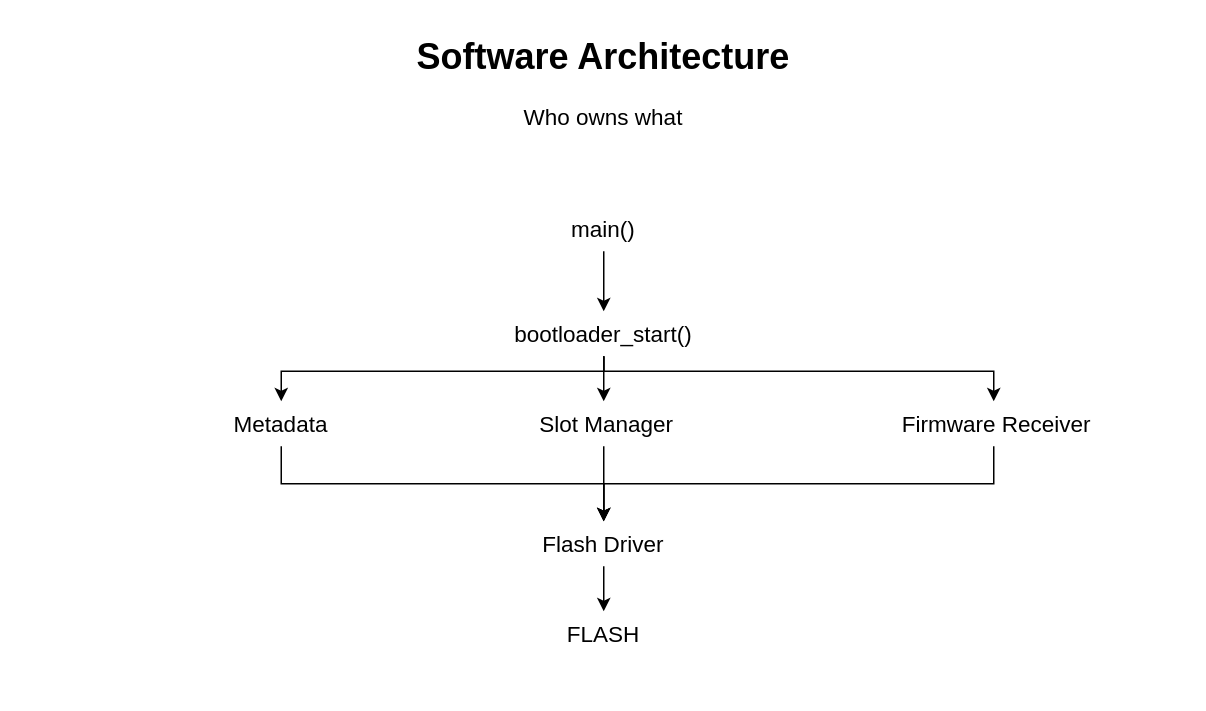
Earlier version of the draw.io diagram page "07 - Software Architecture" (8 of 9) of Bootloader/17_HexBoot_F0_Failsafe_Dualslot_IAP/docs/HEXBOOT_F0_Architecture.drawio (brajogopal/stm32-baremetal-drivers). Source tidied: cells renumbered, new cells numbered last; positions are measured from the earlier drawing's top-left corner, leaving out a move shared by most shapes. Both pictures are drawn from the tidied source at 150%, with x=0, y=0 at pixel (26, 26).
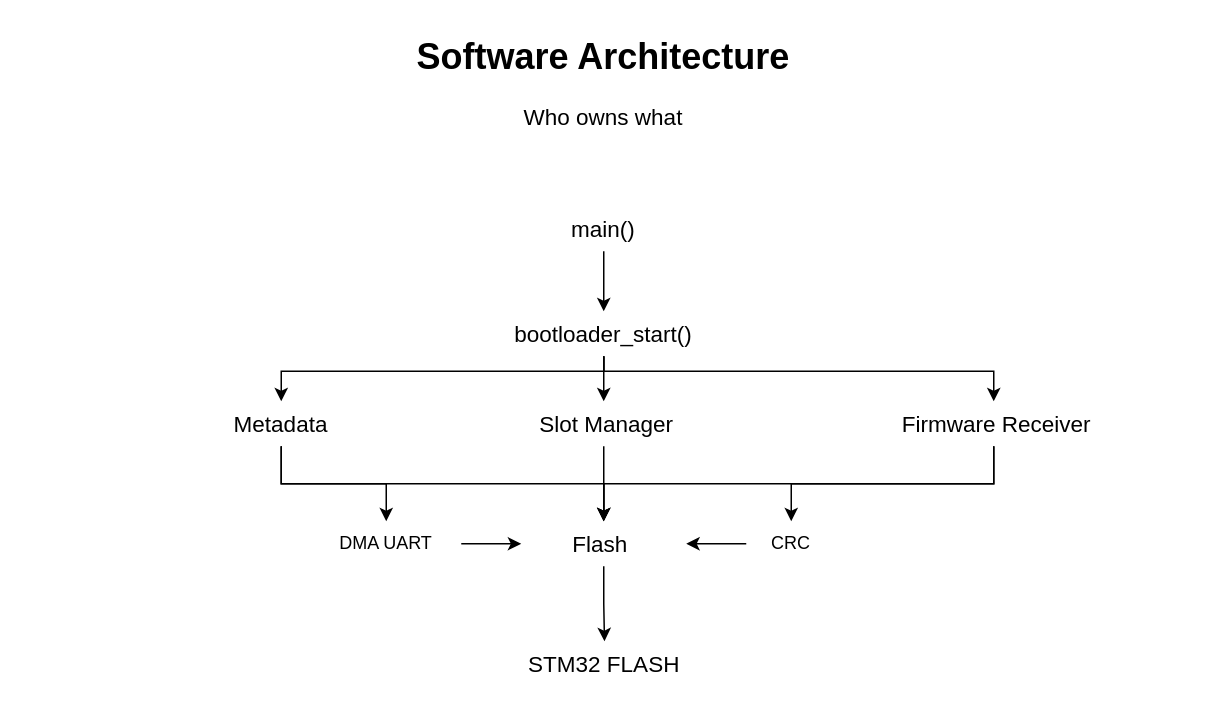
The same page after the edit.

Unchanged cells that the change refers to:
```xml
<mxCell id="10" value="&lt;font style=&quot;font-size: 15px;&quot;&gt;&amp;nbsp;Firmware Receiver&lt;/font&gt;" style="text;html=1;whiteSpace=wrap;strokeColor=none;fillColor=none;align=center;verticalAlign=middle;rounded=0;" parent="1" vertex="1">
  <mxGeometry x="570" y="250" width="150" height="30" as="geometry" />
</mxCell>
<mxCell id="15" value="&lt;font style=&quot;font-size: 15px;&quot;&gt;Metadata&lt;/font&gt;" style="text;html=1;whiteSpace=wrap;strokeColor=none;fillColor=none;align=center;verticalAlign=middle;rounded=0;" parent="1" vertex="1">
  <mxGeometry x="140" y="250" width="60" height="30" as="geometry" />
</mxCell>
```

Diff of the diagram source:
```diff
@@
+    <mxCell id="18" style="edgeStyle=orthogonalEdgeStyle;rounded=0;jettySize=auto;html=1;exitX=0.5;exitY=1;exitDx=0;exitDy=0;entryX=0.5;entryY=0;entryDx=0;entryDy=0;" parent="1" edge="1" source="10" target="21">
+      <mxGeometry relative="1" as="geometry" />
+    </mxCell>
@@
-    <mxCell id="12" value="&lt;font style=&quot;font-size: 15px;&quot;&gt;  Flash Driver&lt;/font&gt;" style="text;html=1;whiteSpace=wrap;strokeColor=none;fillColor=none;align=center;verticalAlign=middle;rounded=0;" parent="1" vertex="1">
+    <mxCell id="12" value="&lt;font style=&quot;font-size: 15px;&quot;&gt;  Flash&amp;nbsp;&lt;/font&gt;" style="text;html=1;whiteSpace=wrap;strokeColor=none;fillColor=none;align=center;verticalAlign=middle;rounded=0;" parent="1" vertex="1">
       <mxGeometry x="330" y="330" width="110" height="30" as="geometry" />
     </mxCell>
-    <mxCell id="13" value="&lt;font style=&quot;font-size: 15px;&quot;&gt;FLASH&lt;/font&gt;" style="text;html=1;whiteSpace=wrap;strokeColor=none;fillColor=none;align=center;verticalAlign=middle;rounded=0;" parent="1" vertex="1">
-      <mxGeometry x="355" y="390" width="60" height="30" as="geometry" />
+    <mxCell id="13" value="&lt;font style=&quot;font-size: 15px;&quot;&gt;STM32 FLASH&lt;/font&gt;" style="text;html=1;whiteSpace=wrap;strokeColor=none;fillColor=none;align=center;verticalAlign=middle;rounded=0;" parent="1" vertex="1">
+      <mxGeometry x="308" y="410" width="155" height="30" as="geometry" />
     </mxCell>
@@
+    <mxCell id="19" style="edgeStyle=orthogonalEdgeStyle;rounded=0;jettySize=auto;html=1;exitX=0.5;exitY=1;exitDx=0;exitDy=0;" parent="1" edge="1" source="15" target="23">
+      <mxGeometry relative="1" as="geometry" />
+    </mxCell>
@@
+    <mxCell id="20" style="edgeStyle=orthogonalEdgeStyle;rounded=0;jettySize=auto;html=1;" parent="1" edge="1" source="21" target="12">
+      <mxGeometry relative="1" as="geometry" />
+    </mxCell>
+    <mxCell id="21" value="CRC" style="text;html=1;whiteSpace=wrap;strokeColor=none;fillColor=none;align=center;verticalAlign=middle;rounded=0;" parent="1" vertex="1">
+      <mxGeometry x="480" y="330" width="60" height="30" as="geometry" />
+    </mxCell>
+    <mxCell id="22" style="edgeStyle=orthogonalEdgeStyle;rounded=0;jettySize=auto;html=1;" parent="1" edge="1" source="23" target="12">
+      <mxGeometry relative="1" as="geometry" />
+    </mxCell>
+    <mxCell id="23" value="DMA UART" style="text;html=1;whiteSpace=wrap;strokeColor=none;fillColor=none;align=center;verticalAlign=middle;rounded=0;" parent="1" vertex="1">
+      <mxGeometry x="190" y="330" width="100" height="30" as="geometry" />
+    </mxCell>
```
